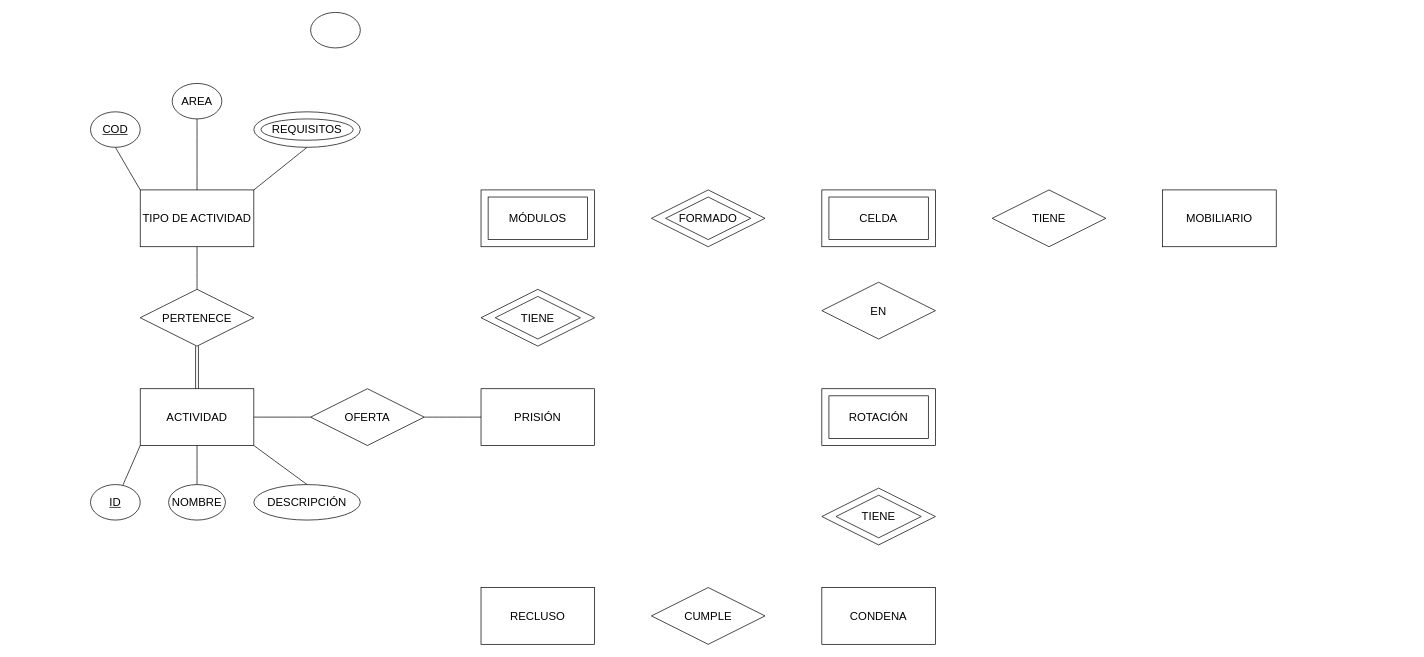
Above: Diagrama sin título.drawio in luciaheviagonzalez/Hackudc (draw.io), before the change. Source tidied: cells renumbered, new cells numbered last; positions are measured from the earlier drawing's top-left corner, leaving out a move shared by most shapes. Both pictures are drawn from the tidied source at 71%, with x=0, y=0 at pixel (12, 12).
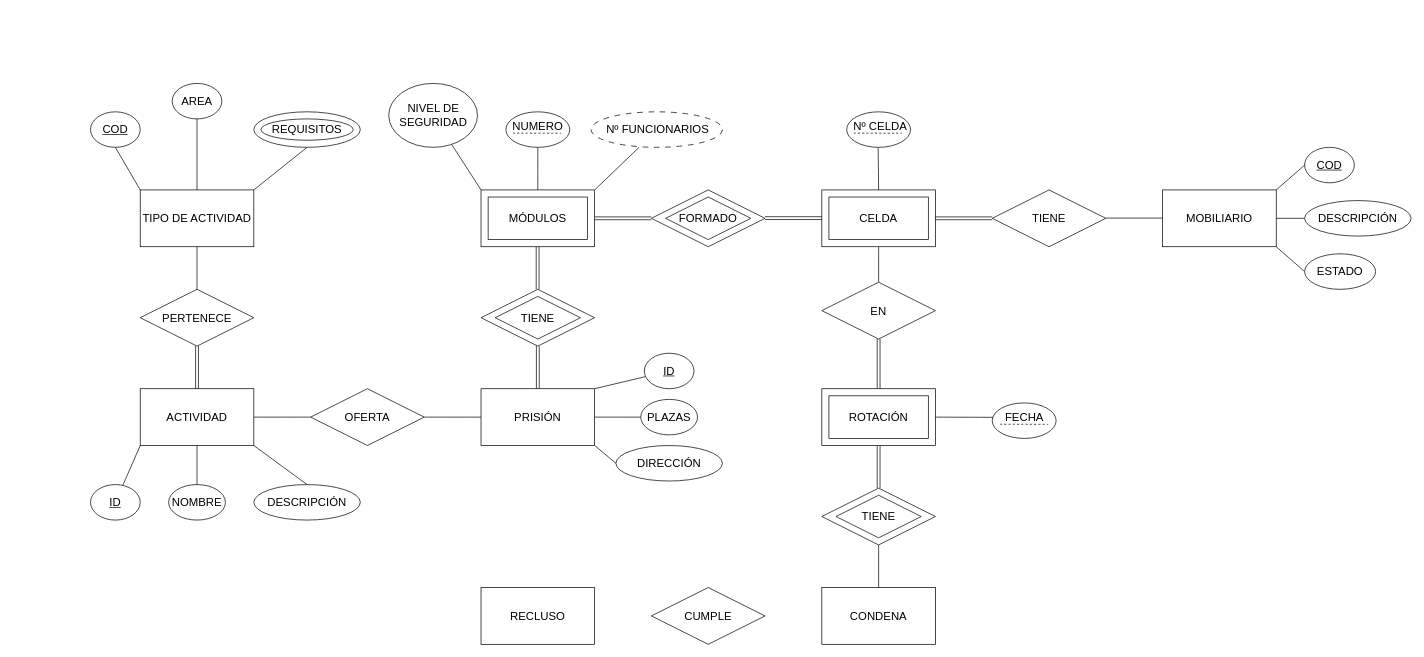
After the change.

The change refers to these unchanged cells:
```xml
<mxCell id="8" style="rounded=0;whiteSpace=wrap;html=1;" parent="1" vertex="1">
  <mxGeometry x="660" y="530" width="160" height="80" as="geometry" />
</mxCell>
<mxCell id="17" style="rounded=0;whiteSpace=wrap;html=1;" parent="1" vertex="1">
  <mxGeometry x="1140" y="250" width="160" height="80" as="geometry" />
</mxCell>
<mxCell id="18" style="rounded=0;whiteSpace=wrap;html=1;" parent="1" vertex="1">
  <mxGeometry x="660" y="250" width="160" height="80" as="geometry" />
</mxCell>
<mxCell id="19" style="rhombus;whiteSpace=wrap;html=1;fontStyle=1;" parent="1" vertex="1">
  <mxGeometry x="660" y="390" width="160" height="80" as="geometry" />
</mxCell>
<mxCell id="29" style="rounded=0;whiteSpace=wrap;html=1;" parent="1" vertex="1">
  <mxGeometry x="1140" y="530" width="160" height="80" as="geometry" />
</mxCell>
<mxCell id="32" style="rhombus;whiteSpace=wrap;html=1;" parent="1" vertex="1">
  <mxGeometry x="1140" y="380" width="160" height="80" as="geometry" />
</mxCell>
<mxCell id="36" style="rhombus;whiteSpace=wrap;html=1;" parent="1" vertex="1">
  <mxGeometry x="1140" y="670" width="160" height="80" as="geometry" />
</mxCell>
<mxCell id="43" style="rounded=0;whiteSpace=wrap;html=1;" parent="1" vertex="1">
  <mxGeometry x="1620" y="250" width="160" height="80" as="geometry" />
</mxCell>
```

Change to the diagram source:
```diff
@@
+    <mxCell id="69" style="edgeStyle=none;curved=1;rounded=0;jettySize=auto;html=1;fontSize=12;startSize=8;endSize=8;endArrow=none;startFill=0;" parent="1" edge="1" source="8" target="81">
+      <mxGeometry relative="1" as="geometry" />
+    </mxCell>
@@
+    <mxCell id="70" style="edgeStyle=none;curved=1;rounded=0;jettySize=auto;html=1;fontSize=12;startSize=8;endSize=8;entryX=0.5;entryY=0;entryDx=0;entryDy=0;endArrow=none;startFill=0;" parent="1" edge="1" source="17" target="32">
+      <mxGeometry relative="1" as="geometry" />
+    </mxCell>
@@
+    <mxCell id="71" style="edgeStyle=none;curved=1;rounded=0;jettySize=auto;html=1;fontSize=12;endArrow=none;startFill=0;shape=link;" parent="1" edge="1" source="19">
+      <mxGeometry relative="1" as="geometry">
+        <mxPoint x="740" y="530" as="targetPoint" />
+      </mxGeometry>
+    </mxCell>
@@
+    <mxCell id="72" style="edgeStyle=none;curved=1;rounded=0;jettySize=auto;html=1;fontSize=12;endArrow=none;startFill=0;shape=link;" parent="1" edge="1" source="21" target="26">
+      <mxGeometry relative="1" as="geometry" />
+    </mxCell>
     <mxCell id="21" value="MÓDULOS" style="text;strokeColor=none;fillColor=none;html=1;align=center;verticalAlign=middle;whiteSpace=wrap;rounded=0;fontSize=16;" parent="1" vertex="1">
-      <mxGeometry x="595" y="260" width="290" height="60" as="geometry" />
+      <mxGeometry x="660" y="260" width="160" height="60" as="geometry" />
     </mxCell>
@@
     <mxCell id="23" value="TIENE" style="text;strokeColor=none;fillColor=none;html=1;align=center;verticalAlign=middle;whiteSpace=wrap;rounded=0;fontSize=16;" parent="1" vertex="1">
-      <mxGeometry x="595" y="400" width="290" height="60" as="geometry" />
+      <mxGeometry x="660" y="400" width="160" height="60" as="geometry" />
     </mxCell>
@@
     <mxCell id="26" value="FORMADO" style="text;strokeColor=none;fillColor=none;html=1;align=center;verticalAlign=middle;whiteSpace=wrap;rounded=0;fontSize=16;" parent="1" vertex="1">
-      <mxGeometry x="835" y="260" width="290" height="60" as="geometry" />
+      <mxGeometry x="900" y="260" width="160" height="60" as="geometry" />
     </mxCell>
@@
+    <mxCell id="73" style="edgeStyle=none;curved=1;rounded=0;jettySize=auto;html=1;fontSize=12;endArrow=none;startFill=0;shape=link;" parent="1" edge="1" source="28" target="46">
+      <mxGeometry relative="1" as="geometry" />
+    </mxCell>
     <mxCell id="28" value="CELDA" style="text;strokeColor=none;fillColor=none;html=1;align=center;verticalAlign=middle;whiteSpace=wrap;rounded=0;fontSize=16;" parent="1" vertex="1">
-      <mxGeometry x="1075" y="260" width="290" height="60" as="geometry" />
+      <mxGeometry x="1140" y="260" width="160" height="60" as="geometry" />
     </mxCell>
+    <mxCell id="74" style="edgeStyle=none;curved=1;rounded=0;jettySize=auto;html=1;fontSize=12;entryX=0.5;entryY=0;entryDx=0;entryDy=0;endArrow=none;startFill=0;shape=link;" parent="1" edge="1" source="29" target="36">
+      <mxGeometry relative="1" as="geometry" />
+    </mxCell>
@@
+    <mxCell id="75" style="edgeStyle=none;curved=1;rounded=0;jettySize=auto;html=1;fontSize=12;startSize=8;endSize=8;exitX=1;exitY=0.5;exitDx=0;exitDy=0;entryX=0.013;entryY=0.406;entryDx=0;entryDy=0;entryPerimeter=0;endArrow=none;startFill=0;" parent="1" edge="1" source="31" target="113">
+      <mxGeometry relative="1" as="geometry" />
+    </mxCell>
     <mxCell id="31" value="ROTACIÓN" style="text;strokeColor=none;fillColor=none;html=1;align=center;verticalAlign=middle;whiteSpace=wrap;rounded=0;fontSize=16;" parent="1" vertex="1">
-      <mxGeometry x="1075" y="540" width="290" height="60" as="geometry" />
+      <mxGeometry x="1140" y="535" width="160" height="70" as="geometry" />
     </mxCell>
+    <mxCell id="76" style="edgeStyle=none;curved=1;rounded=0;jettySize=auto;html=1;fontSize=12;endArrow=none;startFill=0;shape=link;entryX=0.5;entryY=0;entryDx=0;entryDy=0;" parent="1" edge="1" source="32" target="29">
+      <mxGeometry relative="1" as="geometry" />
+    </mxCell>
@@
+    <mxCell id="77" style="edgeStyle=none;curved=1;rounded=0;jettySize=auto;html=1;fontSize=12;startSize=8;endSize=8;endArrow=none;startFill=0;" parent="1" edge="1" source="36">
+      <mxGeometry relative="1" as="geometry">
+        <mxPoint x="1220" y="810" as="targetPoint" />
+      </mxGeometry>
+    </mxCell>
@@
+    <mxCell id="78" style="edgeStyle=none;curved=1;rounded=0;jettySize=auto;html=1;fontSize=12;startSize=8;endSize=8;endArrow=none;endFill=1;startFill=0;" parent="1" edge="1" source="44" target="109">
+      <mxGeometry relative="1" as="geometry" />
+    </mxCell>
     <mxCell id="44" value="MOBILIARIO" style="text;strokeColor=none;fillColor=none;html=1;align=center;verticalAlign=middle;whiteSpace=wrap;rounded=0;fontSize=16;" parent="1" vertex="1">
-      <mxGeometry x="1555" y="260" width="290" height="60" as="geometry" />
+      <mxGeometry x="1620" y="260" width="160" height="60" as="geometry" />
     </mxCell>
@@
     <mxCell id="46" value="TIENE" style="text;strokeColor=none;fillColor=none;html=1;align=center;verticalAlign=middle;whiteSpace=wrap;rounded=0;fontSize=16;" parent="1" vertex="1">
-      <mxGeometry x="1315" y="260" width="290" height="60" as="geometry" />
+      <mxGeometry x="1380" y="260" width="160" height="60" as="geometry" />
     </mxCell>
@@
-    <mxCell id="55" style="ellipse;whiteSpace=wrap;html=1;" parent="1" vertex="1">
-      <mxGeometry x="420" width="70" height="50" as="geometry" />
-    </mxCell>
@@
+    <mxCell id="79" style="edgeStyle=none;curved=1;rounded=0;jettySize=auto;html=1;fontSize=12;startSize=8;endSize=8;endArrow=none;startFill=0;" parent="1" edge="1" source="80">
+      <mxGeometry relative="1" as="geometry">
+        <mxPoint x="820" y="530" as="targetPoint" />
+      </mxGeometry>
+    </mxCell>
+    <mxCell id="80" style="ellipse;whiteSpace=wrap;html=1;fontStyle=0;" parent="1" vertex="1">
+      <mxGeometry x="890" y="480" width="70" height="50" as="geometry" />
+    </mxCell>
+    <mxCell id="81" style="ellipse;whiteSpace=wrap;html=1;" parent="1" vertex="1">
+      <mxGeometry x="885" y="545" width="80" height="50" as="geometry" />
+    </mxCell>
+    <mxCell id="82" style="edgeStyle=none;curved=1;rounded=0;jettySize=auto;html=1;fontSize=12;startSize=8;endSize=8;endArrow=none;startFill=0;exitX=0;exitY=0.5;exitDx=0;exitDy=0;" parent="1" edge="1" source="83">
+      <mxGeometry relative="1" as="geometry">
+        <mxPoint x="820" y="610" as="targetPoint" />
+      </mxGeometry>
+    </mxCell>
+    <mxCell id="83" style="ellipse;whiteSpace=wrap;html=1;" parent="1" vertex="1">
+      <mxGeometry x="850" y="610" width="150" height="50" as="geometry" />
+    </mxCell>
+    <mxCell id="84" value="&lt;u&gt;ID&lt;/u&gt;" style="text;strokeColor=none;fillColor=none;html=1;align=center;verticalAlign=middle;whiteSpace=wrap;rounded=0;fontSize=16;" parent="1" vertex="1">
+      <mxGeometry x="890" y="475" width="70" height="60" as="geometry" />
+    </mxCell>
+    <mxCell id="85" value="PLAZAS" style="text;strokeColor=none;fillColor=none;html=1;align=center;verticalAlign=middle;whiteSpace=wrap;rounded=0;fontSize=16;" parent="1" vertex="1">
+      <mxGeometry x="890" y="540" width="70" height="60" as="geometry" />
+    </mxCell>
+    <mxCell id="86" value="DIRECCIÓN" style="text;strokeColor=none;fillColor=none;html=1;align=center;verticalAlign=middle;whiteSpace=wrap;rounded=0;fontSize=16;" parent="1" vertex="1">
+      <mxGeometry x="890" y="605" width="70" height="60" as="geometry" />
+    </mxCell>
+    <mxCell id="87" style="edgeStyle=none;curved=1;rounded=0;orthogonalLoop=1;jettySize=auto;html=1;exitX=1;exitY=0.75;exitDx=0;exitDy=0;fontSize=12;startSize=8;endSize=8;" parent="1" edge="1" source="86" target="86">
+      <mxGeometry relative="1" as="geometry" />
+    </mxCell>
+    <mxCell id="88" style="edgeStyle=none;curved=1;rounded=0;orthogonalLoop=1;jettySize=auto;html=1;fontSize=12;endArrow=none;startFill=0;shape=link;" parent="1" edge="1">
+      <mxGeometry relative="1" as="geometry">
+        <mxPoint x="739.7" y="330" as="sourcePoint" />
+        <mxPoint x="739.7" y="390" as="targetPoint" />
+      </mxGeometry>
+    </mxCell>
+    <mxCell id="89" style="edgeStyle=none;curved=1;rounded=0;jettySize=auto;html=1;entryX=0;entryY=0;entryDx=0;entryDy=0;fontSize=12;startSize=8;endSize=8;endArrow=none;startFill=0;" parent="1" edge="1" source="90" target="18">
+      <mxGeometry relative="1" as="geometry" />
+    </mxCell>
+    <mxCell id="90" style="ellipse;whiteSpace=wrap;html=1;fontStyle=0;" parent="1" vertex="1">
+      <mxGeometry x="530" y="100" width="125" height="90" as="geometry" />
+    </mxCell>
+    <mxCell id="91" style="ellipse;whiteSpace=wrap;html=1;" parent="1" vertex="1">
+      <mxGeometry x="695" y="140" width="90" height="50" as="geometry" />
+    </mxCell>
+    <mxCell id="92" style="ellipse;whiteSpace=wrap;html=1;dashed=1;dashPattern=8 8;" parent="1" vertex="1">
+      <mxGeometry x="815" y="140" width="185" height="50" as="geometry" />
+    </mxCell>
+    <mxCell id="93" style="edgeStyle=none;curved=1;rounded=0;orthogonalLoop=1;jettySize=auto;html=1;fontSize=12;startSize=8;endSize=8;endArrow=none;startFill=0;" parent="1" edge="1">
+      <mxGeometry relative="1" as="geometry">
+        <mxPoint x="740" y="190" as="sourcePoint" />
+        <mxPoint x="740" y="250" as="targetPoint" />
+      </mxGeometry>
+    </mxCell>
+    <mxCell id="94" value="NUMERO" style="text;strokeColor=none;fillColor=none;html=1;align=center;verticalAlign=middle;whiteSpace=wrap;rounded=0;fontSize=16;" parent="1" vertex="1">
+      <mxGeometry x="705" y="130" width="70" height="60" as="geometry" />
+    </mxCell>
+    <mxCell id="95" style="edgeStyle=none;orthogonalLoop=1;jettySize=auto;html=1;rounded=0;fontSize=12;startSize=8;endSize=8;curved=1;endArrow=none;startFill=0;exitX=0.032;exitY=0.747;exitDx=0;exitDy=0;exitPerimeter=0;dashed=1;" parent="1" edge="1">
+      <mxGeometry relative="1" as="geometry">
+        <mxPoint x="705" y="170" as="sourcePoint" />
+        <mxPoint x="772.8" y="170.2" as="targetPoint" />
+      </mxGeometry>
+    </mxCell>
+    <mxCell id="96" style="edgeStyle=none;curved=1;rounded=0;jettySize=auto;html=1;entryX=1;entryY=0;entryDx=0;entryDy=0;fontSize=12;startSize=8;endSize=8;endArrow=none;startFill=0;" parent="1" edge="1" source="97" target="18">
+      <mxGeometry relative="1" as="geometry" />
+    </mxCell>
+    <mxCell id="97" value="Nº FUNCIONARIOS" style="text;strokeColor=none;fillColor=none;html=1;align=center;verticalAlign=middle;whiteSpace=wrap;rounded=0;fontSize=16;" parent="1" vertex="1">
+      <mxGeometry x="810" y="140" width="197.5" height="50" as="geometry" />
+    </mxCell>
+    <mxCell id="98" value="NIVEL DE SEGURIDAD" style="text;strokeColor=none;fillColor=none;html=1;align=center;verticalAlign=middle;whiteSpace=wrap;rounded=0;fontSize=16;" parent="1" vertex="1">
+      <mxGeometry x="557.5" y="115" width="70" height="60" as="geometry" />
+    </mxCell>
+    <mxCell id="99" style="edgeStyle=none;curved=1;rounded=0;orthogonalLoop=1;jettySize=auto;html=1;fontSize=12;endArrow=none;startFill=0;shape=link;" parent="1" edge="1">
+      <mxGeometry relative="1" as="geometry">
+        <mxPoint x="1060" y="289.7" as="sourcePoint" />
+        <mxPoint x="1140" y="289.7" as="targetPoint" />
+      </mxGeometry>
+    </mxCell>
+    <mxCell id="100" style="ellipse;whiteSpace=wrap;html=1;" parent="1" vertex="1">
+      <mxGeometry x="1175" y="140" width="90" height="50" as="geometry" />
+    </mxCell>
+    <mxCell id="101" style="edgeStyle=none;curved=1;rounded=0;jettySize=auto;html=1;fontSize=12;startSize=8;endSize=8;exitX=0.463;exitY=1.006;exitDx=0;exitDy=0;exitPerimeter=0;endArrow=none;startFill=0;" parent="1" edge="1" source="102">
+      <mxGeometry relative="1" as="geometry">
+        <mxPoint x="1220" y="250" as="targetPoint" />
+      </mxGeometry>
+    </mxCell>
+    <mxCell id="102" value="Nº CELDA" style="text;strokeColor=none;fillColor=none;html=1;align=center;verticalAlign=middle;whiteSpace=wrap;rounded=0;fontSize=16;" parent="1" vertex="1">
+      <mxGeometry x="1180" y="130" width="85" height="60" as="geometry" />
+    </mxCell>
+    <mxCell id="103" style="edgeStyle=none;orthogonalLoop=1;jettySize=auto;html=1;rounded=0;fontSize=12;startSize=8;endSize=8;curved=1;endArrow=none;startFill=0;exitX=0.032;exitY=0.747;exitDx=0;exitDy=0;exitPerimeter=0;dashed=1;" parent="1" edge="1">
+      <mxGeometry relative="1" as="geometry">
+        <mxPoint x="1185" y="170" as="sourcePoint" />
+        <mxPoint x="1252.8" y="170.2" as="targetPoint" />
+      </mxGeometry>
+    </mxCell>
+    <mxCell id="104" style="edgeStyle=none;curved=1;rounded=0;orthogonalLoop=1;jettySize=auto;html=1;fontSize=12;endArrow=none;startFill=0;" parent="1" edge="1">
+      <mxGeometry relative="1" as="geometry">
+        <mxPoint x="1540" y="289.7" as="sourcePoint" />
+        <mxPoint x="1620" y="289.7" as="targetPoint" />
+      </mxGeometry>
+    </mxCell>
+    <mxCell id="105" style="ellipse;whiteSpace=wrap;html=1;fontStyle=0;" parent="1" vertex="1">
+      <mxGeometry x="1820" y="190" width="70" height="50" as="geometry" />
+    </mxCell>
+    <mxCell id="106" style="edgeStyle=none;curved=1;rounded=0;jettySize=auto;html=1;fontSize=12;startSize=8;endSize=8;exitX=0;exitY=0.5;exitDx=0;exitDy=0;endArrow=none;startFill=0;entryX=1;entryY=0;entryDx=0;entryDy=0;" parent="1" edge="1" source="107" target="43">
+      <mxGeometry relative="1" as="geometry" />
+    </mxCell>
+    <mxCell id="107" value="&lt;u&gt;COD&lt;/u&gt;" style="text;strokeColor=none;fillColor=none;html=1;align=center;verticalAlign=middle;whiteSpace=wrap;rounded=0;fontSize=16;" parent="1" vertex="1">
+      <mxGeometry x="1820" y="185" width="70" height="60" as="geometry" />
+    </mxCell>
+    <mxCell id="108" style="ellipse;whiteSpace=wrap;html=1;" parent="1" vertex="1">
+      <mxGeometry x="1820" y="265" width="150" height="50" as="geometry" />
+    </mxCell>
+    <mxCell id="109" value="DESCRIPCIÓN" style="text;strokeColor=none;fillColor=none;html=1;align=center;verticalAlign=middle;whiteSpace=wrap;rounded=0;fontSize=16;" parent="1" vertex="1">
+      <mxGeometry x="1820" y="260" width="150" height="60" as="geometry" />
+    </mxCell>
+    <mxCell id="110" style="edgeStyle=none;curved=1;rounded=0;jettySize=auto;html=1;fontSize=12;startSize=8;endSize=8;exitX=0;exitY=0.5;exitDx=0;exitDy=0;entryX=1;entryY=1;entryDx=0;entryDy=0;endArrow=none;startFill=0;" parent="1" edge="1" source="111" target="43">
+      <mxGeometry relative="1" as="geometry" />
+    </mxCell>
+    <mxCell id="111" style="ellipse;whiteSpace=wrap;html=1;fontStyle=0;" parent="1" vertex="1">
+      <mxGeometry x="1820" y="340" width="100" height="50" as="geometry" />
+    </mxCell>
+    <mxCell id="112" value="ESTADO" style="text;strokeColor=none;fillColor=none;html=1;align=center;verticalAlign=middle;whiteSpace=wrap;rounded=0;fontSize=16;" parent="1" vertex="1">
+      <mxGeometry x="1795" y="335" width="150" height="60" as="geometry" />
+    </mxCell>
+    <mxCell id="113" style="ellipse;whiteSpace=wrap;html=1;" parent="1" vertex="1">
+      <mxGeometry x="1380" y="550" width="90" height="50" as="geometry" />
+    </mxCell>
+    <mxCell id="114" value="FECHA" style="text;strokeColor=none;fillColor=none;html=1;align=center;verticalAlign=middle;whiteSpace=wrap;rounded=0;fontSize=16;" parent="1" vertex="1">
+      <mxGeometry x="1382.5" y="540" width="85" height="60" as="geometry" />
+    </mxCell>
+    <mxCell id="115" style="edgeStyle=none;orthogonalLoop=1;jettySize=auto;html=1;rounded=0;fontSize=12;startSize=8;endSize=8;curved=1;endArrow=none;startFill=0;exitX=0.032;exitY=0.747;exitDx=0;exitDy=0;exitPerimeter=0;dashed=1;" parent="1" edge="1">
+      <mxGeometry relative="1" as="geometry">
+        <mxPoint x="1391.1" y="580" as="sourcePoint" />
+        <mxPoint x="1458.9" y="580.2" as="targetPoint" />
+      </mxGeometry>
+    </mxCell>
```
